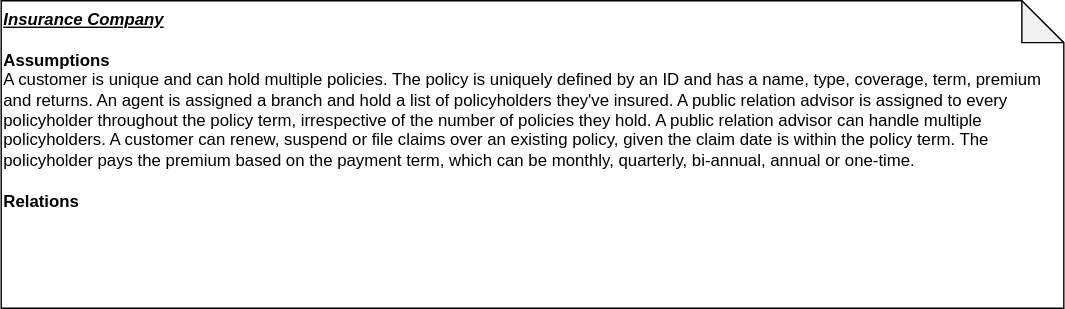
supriya-kotturu/entity-relationship-diagrams keeps this draw.io diagram as Insurance_company.drawio.svg. Above is the earlier version. Source tidied: cells renumbered, new cells last; positions are measured from the earlier drawing's top-left corner, leaving out a move shared by most shapes.
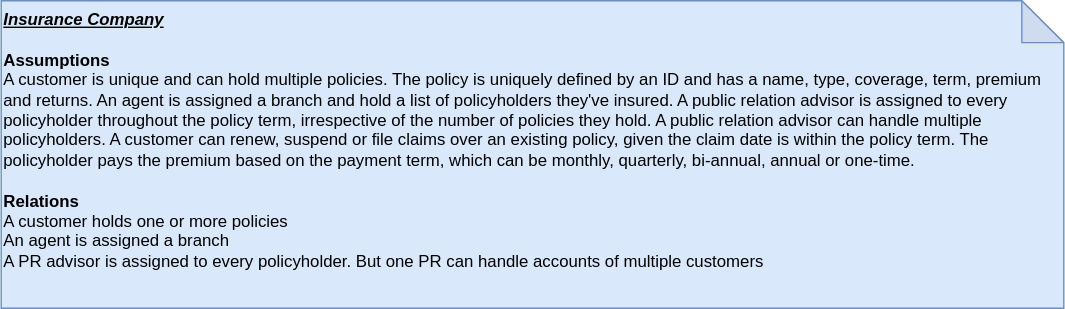
After the commit.

What changed in the source:
```diff
@@ -2,7 +2,7 @@
   <root>
     <mxCell id="0" />
     <mxCell id="1" parent="0" />
-    <mxCell id="2" value="&lt;meta charset=&quot;utf-8&quot;&gt;&lt;b style=&quot;forced-color-adjust: none;&quot;&gt;&lt;i style=&quot;forced-color-adjust: none;&quot;&gt;&lt;u style=&quot;forced-color-adjust: none;&quot;&gt;Insurance Company&lt;/u&gt;&lt;/i&gt;&lt;/b&gt;&lt;div style=&quot;forced-color-adjust: none;&quot;&gt;&lt;br style=&quot;forced-color-adjust: none;&quot;&gt;&lt;/div&gt;&lt;div style=&quot;forced-color-adjust: none;&quot;&gt;&lt;b style=&quot;forced-color-adjust: none;&quot;&gt;Assumptions&lt;/b&gt;&lt;/div&gt;&lt;div style=&quot;forced-color-adjust: none;&quot;&gt;A customer is unique and can hold multiple policies. The policy is uniquely defined by an ID and has a name, type, coverage, term, premium and returns. An agent is assigned a branch and hold a list of policyholders they've insured. A public relation advisor is assigned to every policyholder throughout the policy term, irrespective of the number of policies they hold. A public relation advisor can handle multiple policyholders. A customer can renew, suspend or file claims over an existing policy, given the claim date is within the policy term. The policyholder pays the premium based on the payment term, which can be monthly, quarterly, bi-annual, annual or one-time.&amp;nbsp;&lt;/div&gt;&lt;div style=&quot;forced-color-adjust: none;&quot;&gt;&lt;br style=&quot;forced-color-adjust: none;&quot;&gt;&lt;/div&gt;&lt;div style=&quot;forced-color-adjust: none;&quot;&gt;&lt;b style=&quot;forced-color-adjust: none;&quot;&gt;Relations&lt;/b&gt;&lt;/div&gt;&lt;div style=&quot;forced-color-adjust: none;&quot;&gt;&lt;br style=&quot;forced-color-adjust: none; color: rgb(0, 0, 0); font-family: Helvetica; font-size: 12px; font-style: normal; font-variant-ligatures: normal; font-variant-caps: normal; font-weight: 400; letter-spacing: normal; orphans: 2; text-align: left; text-indent: 0px; text-transform: none; widows: 2; word-spacing: 0px; -webkit-text-stroke-width: 0px; white-space: normal; text-decoration-thickness: initial; text-decoration-style: initial; text-decoration-color: initial; background-color: rgb(251, 251, 251);&quot;&gt;&lt;/div&gt;" style="shape=note;whiteSpace=wrap;html=1;backgroundOutline=1;darkOpacity=0.05;align=left;verticalAlign=top;" parent="1" vertex="1">
+    <mxCell id="2" value="&lt;b style=&quot;forced-color-adjust: none;&quot;&gt;&lt;i style=&quot;forced-color-adjust: none;&quot;&gt;&lt;u style=&quot;forced-color-adjust: none;&quot;&gt;Insurance Company&lt;/u&gt;&lt;/i&gt;&lt;/b&gt;&lt;div style=&quot;forced-color-adjust: none;&quot;&gt;&lt;br style=&quot;forced-color-adjust: none;&quot;&gt;&lt;/div&gt;&lt;div style=&quot;forced-color-adjust: none;&quot;&gt;&lt;b style=&quot;forced-color-adjust: none;&quot;&gt;Assumptions&lt;/b&gt;&lt;/div&gt;&lt;div style=&quot;forced-color-adjust: none;&quot;&gt;A customer is unique and can hold multiple policies. The policy is uniquely defined by an ID and has a name, type, coverage, term, premium and returns. An agent is assigned a branch and hold a list of policyholders they've insured. A public relation advisor is assigned to every policyholder throughout the policy term, irrespective of the number of policies they hold. A public relation advisor can handle multiple policyholders. A customer can renew, suspend or file claims over an existing policy, given the claim date is within the policy term. The policyholder pays the premium based on the payment term, which can be monthly, quarterly, bi-annual, annual or one-time.&amp;nbsp;&lt;/div&gt;&lt;div style=&quot;forced-color-adjust: none;&quot;&gt;&lt;br style=&quot;forced-color-adjust: none;&quot;&gt;&lt;/div&gt;&lt;div style=&quot;forced-color-adjust: none;&quot;&gt;&lt;b style=&quot;forced-color-adjust: none;&quot;&gt;Relations&lt;/b&gt;&lt;/div&gt;&lt;div style=&quot;forced-color-adjust: none;&quot;&gt;A customer holds one or more policies&lt;/div&gt;&lt;div style=&quot;forced-color-adjust: none;&quot;&gt;An agent is assigned a branch&lt;/div&gt;&lt;div style=&quot;forced-color-adjust: none;&quot;&gt;A PR advisor is assigned to every policyholder. But one PR can handle accounts of multiple customers&lt;/div&gt;&lt;div style=&quot;forced-color-adjust: none;&quot;&gt;&lt;br&gt;&lt;/div&gt;" style="shape=note;whiteSpace=wrap;html=1;backgroundOutline=1;darkOpacity=0.05;align=left;verticalAlign=top;fillColor=#dae8fc;strokeColor=#6c8ebf;" parent="1" vertex="1">
       <mxGeometry width="760" height="220" as="geometry" />
     </mxCell>
   </root>
```
